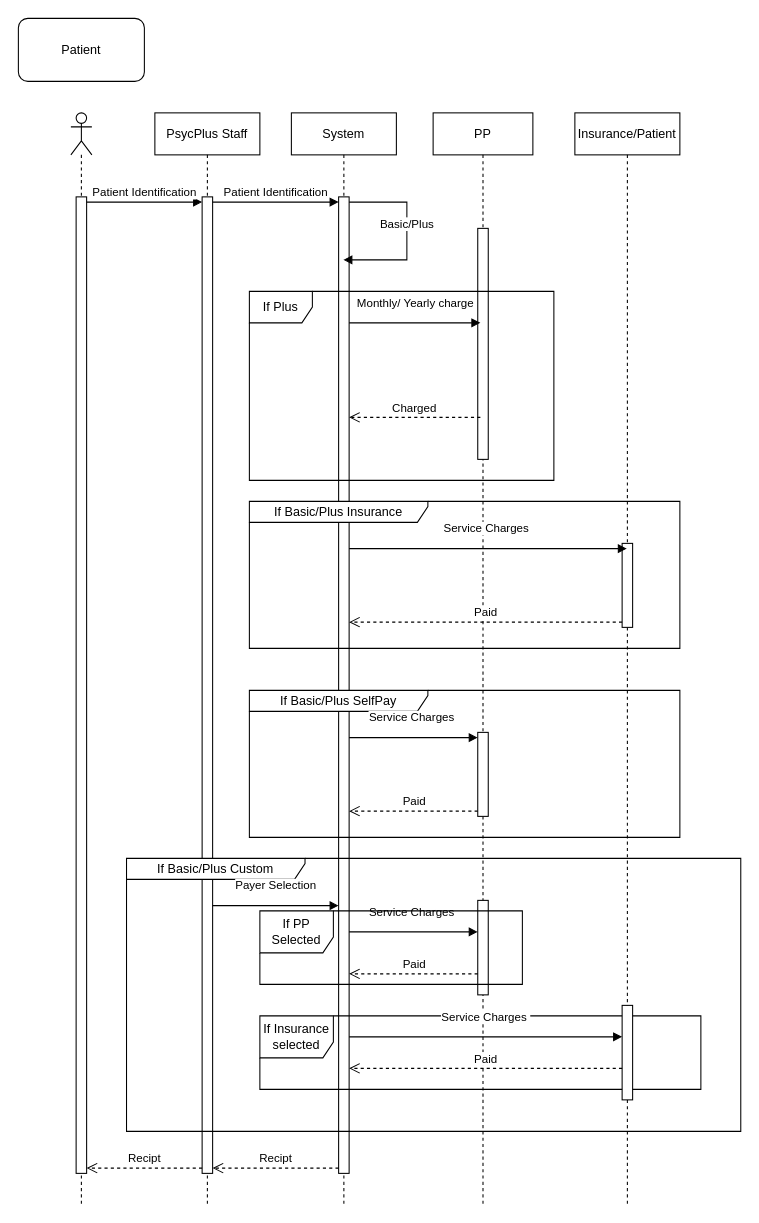
Before: SequenceDiagramPreferedPartner.drawio in fkbhatti/EHR_Diagrams, a draw.io diagram. Source tidied: cells renumbered, new cells numbered last; positions are measured from the earlier drawing's top-left corner, leaving out a move shared by most shapes. Both pictures are drawn from the tidied source at 105%, with x=0, y=0 at pixel (18, 18).
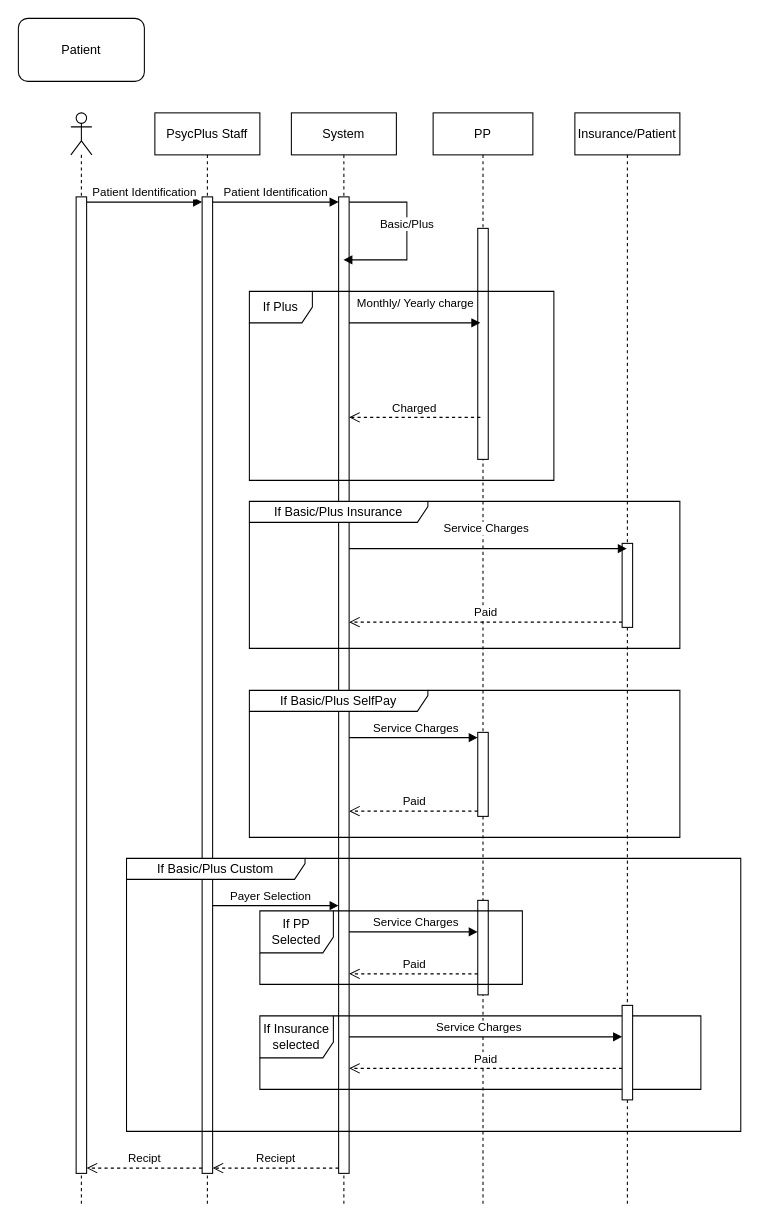
Above is the later version.

Unchanged cells that the change refers to:
```xml
<mxCell id="6" style="html=1;points=[[0,0,0,0,5],[0,1,0,0,-5],[1,0,0,0,5],[1,1,0,0,-5]];perimeter=orthogonalPerimeter;outlineConnect=0;targetShapes=umlLifeline;portConstraint=eastwest;newEdgeStyle={&quot;curved&quot;:0,&quot;rounded&quot;:0};" parent="5" vertex="1">
  <mxGeometry x="45" y="80" width="10" height="930" as="geometry" />
</mxCell>
<mxCell id="11" value="PP" style="shape=umlLifeline;perimeter=lifelinePerimeter;whiteSpace=wrap;html=1;newEdgeStyle={&quot;curved&quot;:0,&quot;rounded&quot;:0};" parent="1" vertex="1">
  <mxGeometry x="395" y="90" width="95" height="1040" as="geometry" />
</mxCell>
<mxCell id="13" style="html=1;points=[[0,0,0,0,5],[0,1,0,0,-5],[1,0,0,0,5],[1,1,0,0,-5]];perimeter=orthogonalPerimeter;outlineConnect=0;targetShapes=umlLifeline;portConstraint=eastwest;newEdgeStyle={&quot;curved&quot;:0,&quot;rounded&quot;:0};" parent="11" vertex="1">
  <mxGeometry x="42.5" y="590" width="10" height="80" as="geometry" />
</mxCell>
<mxCell id="14" style="html=1;points=[[0,0,0,0,5],[0,1,0,0,-5],[1,0,0,0,5],[1,1,0,0,-5]];perimeter=orthogonalPerimeter;outlineConnect=0;targetShapes=umlLifeline;portConstraint=eastwest;newEdgeStyle={&quot;curved&quot;:0,&quot;rounded&quot;:0};" parent="11" vertex="1">
  <mxGeometry x="42.5" y="750" width="10" height="90" as="geometry" />
</mxCell>
<mxCell id="33" style="html=1;points=[[0,0,0,0,5],[0,1,0,0,-5],[1,0,0,0,5],[1,1,0,0,-5]];perimeter=orthogonalPerimeter;outlineConnect=0;targetShapes=umlLifeline;portConstraint=eastwest;newEdgeStyle={&quot;curved&quot;:0,&quot;rounded&quot;:0};" parent="1" vertex="1">
  <mxGeometry x="575" y="940" width="10" height="90" as="geometry" />
</mxCell>
```

Diff of the diagram source:
```diff
@@
     <mxCell id="16" value="Service Charges&amp;nbsp;" style="html=1;verticalAlign=bottom;endArrow=block;curved=0;rounded=0;" parent="11" edge="1" target="14">
-      <mxGeometry y="10" relative="1" as="geometry">
+      <mxGeometry x="0.06" relative="1" as="geometry">
         <mxPoint x="-80" y="780" as="sourcePoint" />
         <Array as="points">
           <mxPoint x="-25" y="780" />
         </Array>
       </mxGeometry>
     </mxCell>
@@
     <mxCell id="27" value="Service Charges&amp;nbsp;" style="html=1;verticalAlign=bottom;endArrow=block;curved=0;rounded=0;exitX=1;exitY=0;exitDx=0;exitDy=5;exitPerimeter=0;" parent="1" edge="1" target="13">
-      <mxGeometry y="10" relative="1" as="geometry">
+      <mxGeometry x="0.06" relative="1" as="geometry">
         <mxPoint x="315" y="685" as="sourcePoint" />
       </mxGeometry>
     </mxCell>
@@
     <mxCell id="30" value="Payer Selection" style="html=1;verticalAlign=bottom;endArrow=block;curved=0;rounded=0;entryX=0;entryY=0;entryDx=0;entryDy=5;entryPerimeter=0;" parent="1" edge="1" source="6">
-      <mxGeometry y="10" relative="1" as="geometry">
+      <mxGeometry x="-0.08" relative="1" as="geometry">
         <mxPoint x="305" y="845" as="targetPoint" />
       </mxGeometry>
     </mxCell>
@@
     <mxCell id="34" value="Service Charges&amp;nbsp;" style="html=1;verticalAlign=bottom;endArrow=block;curved=0;rounded=0;" parent="1" edge="1" target="33">
-      <mxGeometry y="10" relative="1" as="geometry">
+      <mxGeometry x="-0.04" relative="1" as="geometry">
         <mxPoint x="315" y="970" as="sourcePoint" />
         <Array as="points">
           <mxPoint x="421" y="970" />
         </Array>
       </mxGeometry>
     </mxCell>
@@
-    <mxCell id="36" value="Recipt" style="html=1;verticalAlign=bottom;endArrow=open;dashed=1;endSize=8;curved=0;rounded=0;exitX=0;exitY=1;exitDx=0;exitDy=-5;exitPerimeter=0;entryX=1;entryY=1;entryDx=0;entryDy=-5;entryPerimeter=0;" parent="1" edge="1" target="6">
+    <mxCell id="36" value="Reciept" style="html=1;verticalAlign=bottom;endArrow=open;dashed=1;endSize=8;curved=0;rounded=0;exitX=0;exitY=1;exitDx=0;exitDy=-5;exitPerimeter=0;entryX=1;entryY=1;entryDx=0;entryDy=-5;entryPerimeter=0;" parent="1" edge="1" target="6">
       <mxGeometry relative="1" as="geometry">
         <mxPoint x="305" y="1095" as="sourcePoint" />
       </mxGeometry>
     </mxCell>
```
